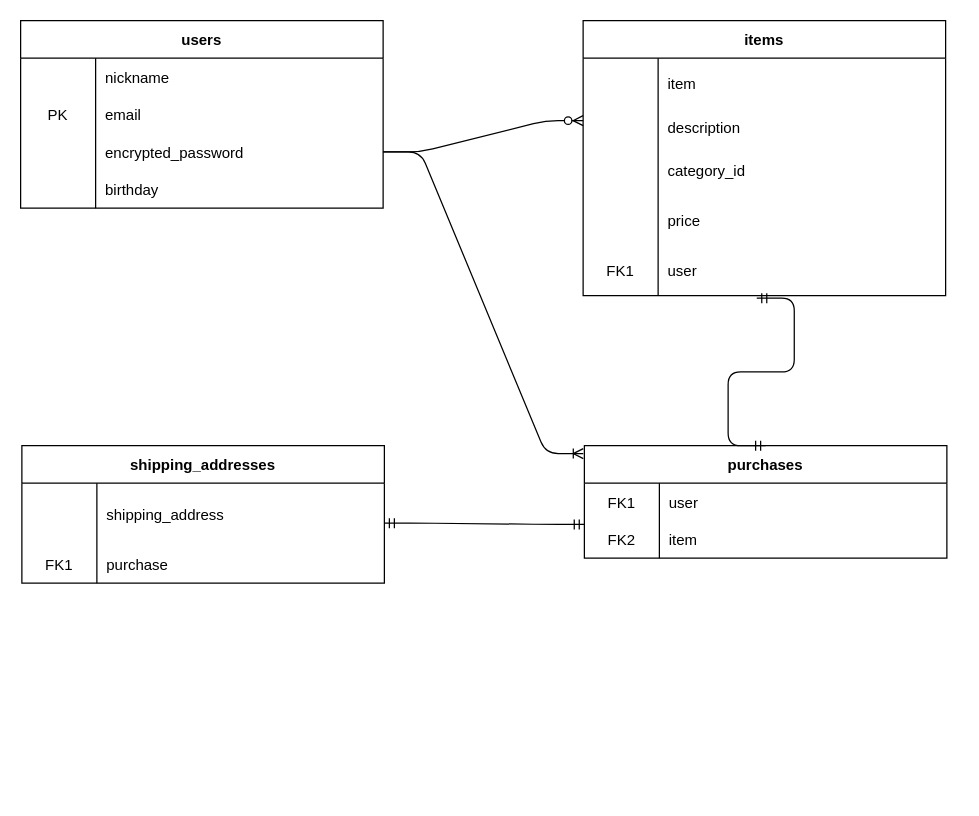
Before: ER.dio in rangubell/furima-39393, a draw.io diagram. Source tidied: cells renumbered, new cells numbered last; positions are measured from the earlier drawing's top-left corner, leaving out a move shared by most shapes. Both pictures are drawn from the tidied source at 125%, with x=0, y=0 at pixel (20, 20).
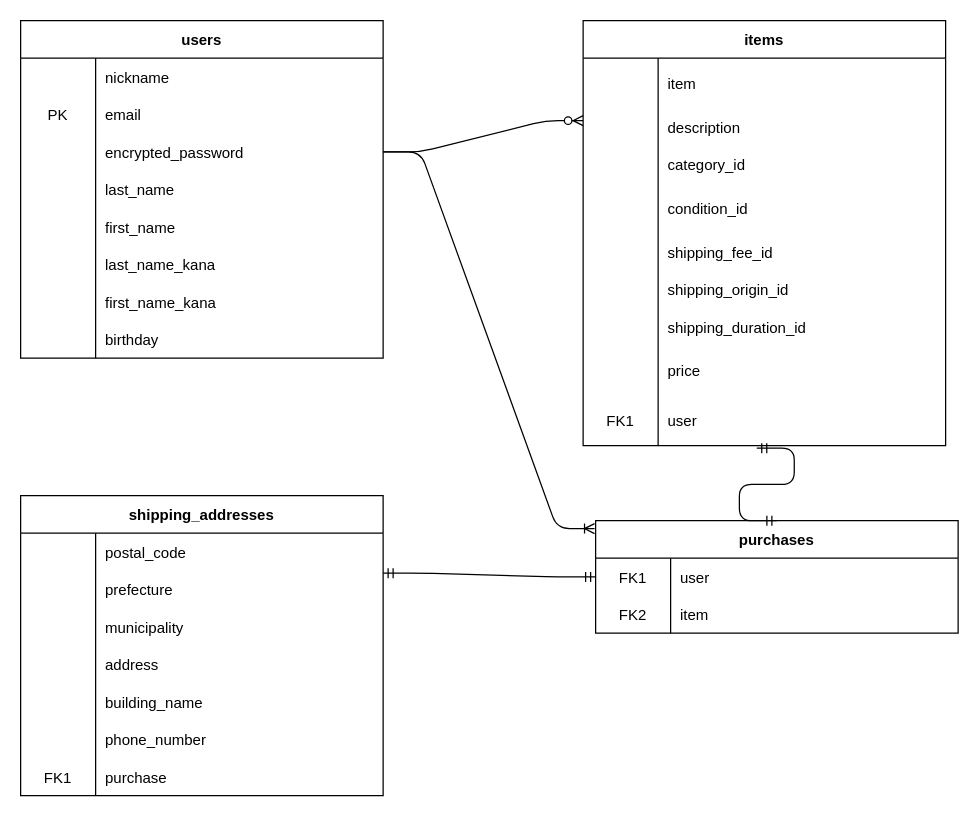
Above is the later version.

Commit message (it also covers changes not shown here):
ER図・READMEの編集(2)

The change refers to these unchanged cells:
```xml
<mxCell id="3" style="shape=tableRow;horizontal=0;startSize=0;swimlaneHead=0;swimlaneBody=0;fillColor=none;points=[[0,0.5],[1,0.5]];portConstraint=eastwest;top=0;left=0;right=0;bottom=0;" parent="2" vertex="1">
  <mxGeometry y="30" width="290" height="30" as="geometry" />
</mxCell>
```

What changed in the source:
```diff
@@
     <mxCell id="2" value="purchases" style="shape=table;startSize=30;childLayout=tableLayout;rowLines=0;fontStyle=1;align=center;" parent="1" vertex="1">
-      <mxGeometry x="451" y="340" width="290" height="90" as="geometry" />
+      <mxGeometry x="460" y="400" width="290" height="90" as="geometry" />
     </mxCell>
@@
     <mxCell id="9" value="items" style="shape=table;startSize=30;childLayout=tableLayout;rowLines=0;fontStyle=1;align=center;" parent="1" vertex="1">
-      <mxGeometry x="450" width="290" height="220" as="geometry" />
+      <mxGeometry x="450" width="290" height="340" as="geometry" />
     </mxCell>
@@
+    <mxCell id="49" style="shape=tableRow;horizontal=0;startSize=0;swimlaneHead=0;swimlaneBody=0;fillColor=none;top=0;left=0;right=0;bottom=0;" parent="9" vertex="1">
+      <mxGeometry y="100" width="290" height="30" as="geometry" />
+    </mxCell>
+    <mxCell id="50" style="shape=partialRectangle;fillColor=none;top=0;left=0;bottom=0;right=0;overflow=hidden;" parent="49" vertex="1">
+      <mxGeometry width="60" height="30" as="geometry" />
+    </mxCell>
+    <mxCell id="51" value="category_id" style="shape=partialRectangle;fillColor=none;top=0;left=0;bottom=0;right=0;align=left;spacingLeft=6;overflow=hidden;" parent="49" vertex="1">
+      <mxGeometry x="60" width="230" height="30" as="geometry" />
+    </mxCell>
     <mxCell id="16" style="shape=tableRow;horizontal=0;startSize=0;swimlaneHead=0;swimlaneBody=0;fillColor=none;top=0;left=0;right=0;bottom=0;" parent="9" vertex="1">
-      <mxGeometry y="100" width="290" height="40" as="geometry" />
+      <mxGeometry y="130" width="290" height="40" as="geometry" />
     </mxCell>
@@
-    <mxCell id="18" value="category_id" style="shape=partialRectangle;fillColor=none;top=0;left=0;bottom=0;right=0;align=left;spacingLeft=6;overflow=hidden;" parent="16" vertex="1">
+    <mxCell id="18" value="condition_id" style="shape=partialRectangle;fillColor=none;top=0;left=0;bottom=0;right=0;align=left;spacingLeft=6;overflow=hidden;" parent="16" vertex="1">
       <mxGeometry x="60" width="230" height="40" as="geometry" />
     </mxCell>
+    <mxCell id="52" style="shape=tableRow;horizontal=0;startSize=0;swimlaneHead=0;swimlaneBody=0;fillColor=none;top=0;left=0;right=0;bottom=0;" parent="9" vertex="1">
+      <mxGeometry y="170" width="290" height="30" as="geometry" />
+    </mxCell>
+    <mxCell id="53" style="shape=partialRectangle;fillColor=none;top=0;left=0;bottom=0;right=0;overflow=hidden;" parent="52" vertex="1">
+      <mxGeometry width="60" height="30" as="geometry" />
+    </mxCell>
+    <mxCell id="54" value="shipping_fee_id" style="shape=partialRectangle;fillColor=none;top=0;left=0;bottom=0;right=0;align=left;spacingLeft=6;overflow=hidden;" parent="52" vertex="1">
+      <mxGeometry x="60" width="230" height="30" as="geometry" />
+    </mxCell>
+    <mxCell id="55" style="shape=tableRow;horizontal=0;startSize=0;swimlaneHead=0;swimlaneBody=0;fillColor=none;top=0;left=0;right=0;bottom=0;" parent="9" vertex="1">
+      <mxGeometry y="200" width="290" height="30" as="geometry" />
+    </mxCell>
+    <mxCell id="56" style="shape=partialRectangle;fillColor=none;top=0;left=0;bottom=0;right=0;overflow=hidden;" parent="55" vertex="1">
+      <mxGeometry width="60" height="30" as="geometry" />
+    </mxCell>
+    <mxCell id="57" value="shipping_origin_id" style="shape=partialRectangle;fillColor=none;top=0;left=0;bottom=0;right=0;align=left;spacingLeft=6;overflow=hidden;" parent="55" vertex="1">
+      <mxGeometry x="60" width="230" height="30" as="geometry" />
+    </mxCell>
+    <mxCell id="58" style="shape=tableRow;horizontal=0;startSize=0;swimlaneHead=0;swimlaneBody=0;fillColor=none;top=0;left=0;right=0;bottom=0;" parent="9" vertex="1">
+      <mxGeometry y="230" width="290" height="30" as="geometry" />
+    </mxCell>
+    <mxCell id="59" style="shape=partialRectangle;fillColor=none;top=0;left=0;bottom=0;right=0;overflow=hidden;" parent="58" vertex="1">
+      <mxGeometry width="60" height="30" as="geometry" />
+    </mxCell>
+    <mxCell id="60" value="shipping_duration_id" style="shape=partialRectangle;fillColor=none;top=0;left=0;bottom=0;right=0;align=left;spacingLeft=6;overflow=hidden;" parent="58" vertex="1">
+      <mxGeometry x="60" width="230" height="30" as="geometry" />
+    </mxCell>
     <mxCell id="19" style="shape=tableRow;horizontal=0;startSize=0;swimlaneHead=0;swimlaneBody=0;fillColor=none;top=0;left=0;right=0;bottom=0;" parent="9" vertex="1">
-      <mxGeometry y="140" width="290" height="40" as="geometry" />
+      <mxGeometry y="260" width="290" height="40" as="geometry" />
     </mxCell>
@@
     <mxCell id="22" style="shape=tableRow;horizontal=0;startSize=0;swimlaneHead=0;swimlaneBody=0;fillColor=none;points=[[0,0.5],[1,0.5]];portConstraint=eastwest;top=0;left=0;right=0;bottom=0;" parent="9" vertex="1">
-      <mxGeometry y="180" width="290" height="40" as="geometry" />
+      <mxGeometry y="300" width="290" height="40" as="geometry" />
     </mxCell>
@@
     <mxCell id="25" value="users" style="shape=table;startSize=30;childLayout=tableLayout;rowLines=0;fontStyle=1;align=center;" parent="1" vertex="1">
-      <mxGeometry width="290" height="150" as="geometry" />
+      <mxGeometry width="290" height="270" as="geometry" />
     </mxCell>
@@
+    <mxCell id="61" style="shape=tableRow;horizontal=0;startSize=0;swimlaneHead=0;swimlaneBody=0;fillColor=none;top=0;left=0;right=0;bottom=0;" parent="25" vertex="1">
+      <mxGeometry y="120" width="290" height="30" as="geometry" />
+    </mxCell>
+    <mxCell id="62" style="shape=partialRectangle;fillColor=none;top=0;left=0;bottom=0;right=0;overflow=hidden;" parent="61" vertex="1">
+      <mxGeometry width="60" height="30" as="geometry" />
+    </mxCell>
+    <mxCell id="63" value="last_name" style="shape=partialRectangle;fillColor=none;top=0;left=0;bottom=0;right=0;align=left;spacingLeft=6;overflow=hidden;" parent="61" vertex="1">
+      <mxGeometry x="60" width="230" height="30" as="geometry" />
+    </mxCell>
+    <mxCell id="64" style="shape=tableRow;horizontal=0;startSize=0;swimlaneHead=0;swimlaneBody=0;fillColor=none;top=0;left=0;right=0;bottom=0;" parent="25" vertex="1">
+      <mxGeometry y="150" width="290" height="30" as="geometry" />
+    </mxCell>
+    <mxCell id="65" style="shape=partialRectangle;fillColor=none;top=0;left=0;bottom=0;right=0;overflow=hidden;" parent="64" vertex="1">
+      <mxGeometry width="60" height="30" as="geometry" />
+    </mxCell>
+    <mxCell id="66" value="first_name" style="shape=partialRectangle;fillColor=none;top=0;left=0;bottom=0;right=0;align=left;spacingLeft=6;overflow=hidden;" parent="64" vertex="1">
+      <mxGeometry x="60" width="230" height="30" as="geometry" />
+    </mxCell>
+    <mxCell id="67" style="shape=tableRow;horizontal=0;startSize=0;swimlaneHead=0;swimlaneBody=0;fillColor=none;top=0;left=0;right=0;bottom=0;" parent="25" vertex="1">
+      <mxGeometry y="180" width="290" height="30" as="geometry" />
+    </mxCell>
+    <mxCell id="68" style="shape=partialRectangle;fillColor=none;top=0;left=0;bottom=0;right=0;overflow=hidden;" parent="67" vertex="1">
+      <mxGeometry width="60" height="30" as="geometry" />
+    </mxCell>
+    <mxCell id="69" value="last_name_kana" style="shape=partialRectangle;fillColor=none;top=0;left=0;bottom=0;right=0;align=left;spacingLeft=6;overflow=hidden;" parent="67" vertex="1">
+      <mxGeometry x="60" width="230" height="30" as="geometry" />
+    </mxCell>
+    <mxCell id="70" style="shape=tableRow;horizontal=0;startSize=0;swimlaneHead=0;swimlaneBody=0;fillColor=none;top=0;left=0;right=0;bottom=0;" parent="25" vertex="1">
+      <mxGeometry y="210" width="290" height="30" as="geometry" />
+    </mxCell>
+    <mxCell id="71" style="shape=partialRectangle;fillColor=none;top=0;left=0;bottom=0;right=0;overflow=hidden;" parent="70" vertex="1">
+      <mxGeometry width="60" height="30" as="geometry" />
+    </mxCell>
+    <mxCell id="72" value="first_name_kana" style="shape=partialRectangle;fillColor=none;top=0;left=0;bottom=0;right=0;align=left;spacingLeft=6;overflow=hidden;" parent="70" vertex="1">
+      <mxGeometry x="60" width="230" height="30" as="geometry" />
+    </mxCell>
     <mxCell id="35" style="shape=tableRow;horizontal=0;startSize=0;swimlaneHead=0;swimlaneBody=0;fillColor=none;top=0;left=0;right=0;bottom=0;" parent="25" vertex="1">
-      <mxGeometry y="120" width="290" height="30" as="geometry" />
+      <mxGeometry y="240" width="290" height="30" as="geometry" />
     </mxCell>
@@
     <mxCell id="38" value="shipping_addresses" style="shape=table;startSize=30;childLayout=tableLayout;rowLines=0;fontStyle=1;align=center;" parent="1" vertex="1">
-      <mxGeometry x="1" y="340" width="290" height="110" as="geometry" />
+      <mxGeometry y="380" width="290" height="240" as="geometry" />
     </mxCell>
-    <mxCell id="39" style="shape=tableRow;horizontal=0;startSize=0;swimlaneHead=0;swimlaneBody=0;fillColor=none;points=[[0,0.5],[1,0.5]];portConstraint=eastwest;top=0;left=0;right=0;bottom=0;" parent="38" vertex="1">
-      <mxGeometry y="30" width="290" height="50" as="geometry" />
-    </mxCell>
-    <mxCell id="40" style="shape=partialRectangle;fillColor=none;top=0;left=0;bottom=0;right=0;overflow=hidden;" parent="39" vertex="1">
-      <mxGeometry width="60" height="50" as="geometry" />
-    </mxCell>
-    <mxCell id="41" value="shipping_address" style="shape=partialRectangle;fillColor=none;top=0;left=0;bottom=0;right=0;align=left;spacingLeft=6;overflow=hidden;" parent="39" vertex="1">
-      <mxGeometry x="60" width="230" height="50" as="geometry" />
-    </mxCell>
+    <mxCell id="73" style="shape=tableRow;horizontal=0;startSize=0;swimlaneHead=0;swimlaneBody=0;fillColor=none;top=0;left=0;right=0;bottom=0;" parent="38" vertex="1">
+      <mxGeometry y="30" width="290" height="30" as="geometry" />
+    </mxCell>
+    <mxCell id="74" style="shape=partialRectangle;fillColor=none;top=0;left=0;bottom=0;right=0;overflow=hidden;" parent="73" vertex="1">
+      <mxGeometry width="60" height="30" as="geometry" />
+    </mxCell>
+    <mxCell id="75" value="postal_code" style="shape=partialRectangle;fillColor=none;top=0;left=0;bottom=0;right=0;align=left;spacingLeft=6;overflow=hidden;" parent="73" vertex="1">
+      <mxGeometry x="60" width="230" height="30" as="geometry" />
+    </mxCell>
+    <mxCell id="76" style="shape=tableRow;horizontal=0;startSize=0;swimlaneHead=0;swimlaneBody=0;fillColor=none;top=0;left=0;right=0;bottom=0;" parent="38" vertex="1">
+      <mxGeometry y="60" width="290" height="30" as="geometry" />
+    </mxCell>
+    <mxCell id="77" style="shape=partialRectangle;fillColor=none;top=0;left=0;bottom=0;right=0;overflow=hidden;" parent="76" vertex="1">
+      <mxGeometry width="60" height="30" as="geometry" />
+    </mxCell>
+    <mxCell id="78" value="prefecture" style="shape=partialRectangle;fillColor=none;top=0;left=0;bottom=0;right=0;align=left;spacingLeft=6;overflow=hidden;" parent="76" vertex="1">
+      <mxGeometry x="60" width="230" height="30" as="geometry" />
+    </mxCell>
+    <mxCell id="79" style="shape=tableRow;horizontal=0;startSize=0;swimlaneHead=0;swimlaneBody=0;fillColor=none;top=0;left=0;right=0;bottom=0;" parent="38" vertex="1">
+      <mxGeometry y="90" width="290" height="30" as="geometry" />
+    </mxCell>
+    <mxCell id="80" style="shape=partialRectangle;fillColor=none;top=0;left=0;bottom=0;right=0;overflow=hidden;" parent="79" vertex="1">
+      <mxGeometry width="60" height="30" as="geometry" />
+    </mxCell>
+    <mxCell id="81" value="municipality" style="shape=partialRectangle;fillColor=none;top=0;left=0;bottom=0;right=0;align=left;spacingLeft=6;overflow=hidden;" parent="79" vertex="1">
+      <mxGeometry x="60" width="230" height="30" as="geometry" />
+    </mxCell>
+    <mxCell id="82" style="shape=tableRow;horizontal=0;startSize=0;swimlaneHead=0;swimlaneBody=0;fillColor=none;top=0;left=0;right=0;bottom=0;" parent="38" vertex="1">
+      <mxGeometry y="120" width="290" height="30" as="geometry" />
+    </mxCell>
+    <mxCell id="83" style="shape=partialRectangle;fillColor=none;top=0;left=0;bottom=0;right=0;overflow=hidden;" parent="82" vertex="1">
+      <mxGeometry width="60" height="30" as="geometry" />
+    </mxCell>
+    <mxCell id="84" value="address" style="shape=partialRectangle;fillColor=none;top=0;left=0;bottom=0;right=0;align=left;spacingLeft=6;overflow=hidden;" parent="82" vertex="1">
+      <mxGeometry x="60" width="230" height="30" as="geometry" />
+    </mxCell>
+    <mxCell id="85" style="shape=tableRow;horizontal=0;startSize=0;swimlaneHead=0;swimlaneBody=0;fillColor=none;top=0;left=0;right=0;bottom=0;" parent="38" vertex="1">
+      <mxGeometry y="150" width="290" height="30" as="geometry" />
+    </mxCell>
+    <mxCell id="86" style="shape=partialRectangle;fillColor=none;top=0;left=0;bottom=0;right=0;overflow=hidden;" parent="85" vertex="1">
+      <mxGeometry width="60" height="30" as="geometry" />
+    </mxCell>
+    <mxCell id="87" value="building_name" style="shape=partialRectangle;fillColor=none;top=0;left=0;bottom=0;right=0;align=left;spacingLeft=6;overflow=hidden;" parent="85" vertex="1">
+      <mxGeometry x="60" width="230" height="30" as="geometry" />
+    </mxCell>
+    <mxCell id="88" style="shape=tableRow;horizontal=0;startSize=0;swimlaneHead=0;swimlaneBody=0;fillColor=none;top=0;left=0;right=0;bottom=0;" parent="38" vertex="1">
+      <mxGeometry y="180" width="290" height="30" as="geometry" />
+    </mxCell>
+    <mxCell id="89" style="shape=partialRectangle;fillColor=none;top=0;left=0;bottom=0;right=0;overflow=hidden;" parent="88" vertex="1">
+      <mxGeometry width="60" height="30" as="geometry" />
+    </mxCell>
+    <mxCell id="90" value="phone_number" style="shape=partialRectangle;fillColor=none;top=0;left=0;bottom=0;right=0;align=left;spacingLeft=6;overflow=hidden;" parent="88" vertex="1">
+      <mxGeometry x="60" width="230" height="30" as="geometry" />
+    </mxCell>
     <mxCell id="42" style="shape=tableRow;horizontal=0;startSize=0;swimlaneHead=0;swimlaneBody=0;fillColor=none;top=0;left=0;right=0;bottom=0;" parent="38" vertex="1">
-      <mxGeometry y="80" width="290" height="30" as="geometry" />
+      <mxGeometry y="210" width="290" height="30" as="geometry" />
     </mxCell>
@@
-    <mxCell id="48" style="edgeStyle=entityRelationEdgeStyle;fontSize=12;html=1;endArrow=ERmandOne;startArrow=ERmandOne;exitX=1;exitY=0.64;exitDx=0;exitDy=0;exitPerimeter=0;entryX=0.003;entryY=0.66;entryDx=0;entryDy=0;entryPerimeter=0;" parent="1" edge="1" source="39">
+    <mxCell id="48" style="edgeStyle=entityRelationEdgeStyle;fontSize=12;html=1;endArrow=ERmandOne;startArrow=ERmandOne;exitX=1;exitY=0.64;exitDx=0;exitDy=0;exitPerimeter=0;entryX=0;entryY=0.5;entryDx=0;entryDy=0;" parent="1" edge="1" target="3">
       <mxGeometry relative="1" as="geometry">
-        <mxPoint x="450.9" y="403" as="targetPoint" />
+        <mxPoint x="290" y="442" as="sourcePoint" />
       </mxGeometry>
     </mxCell>
```
